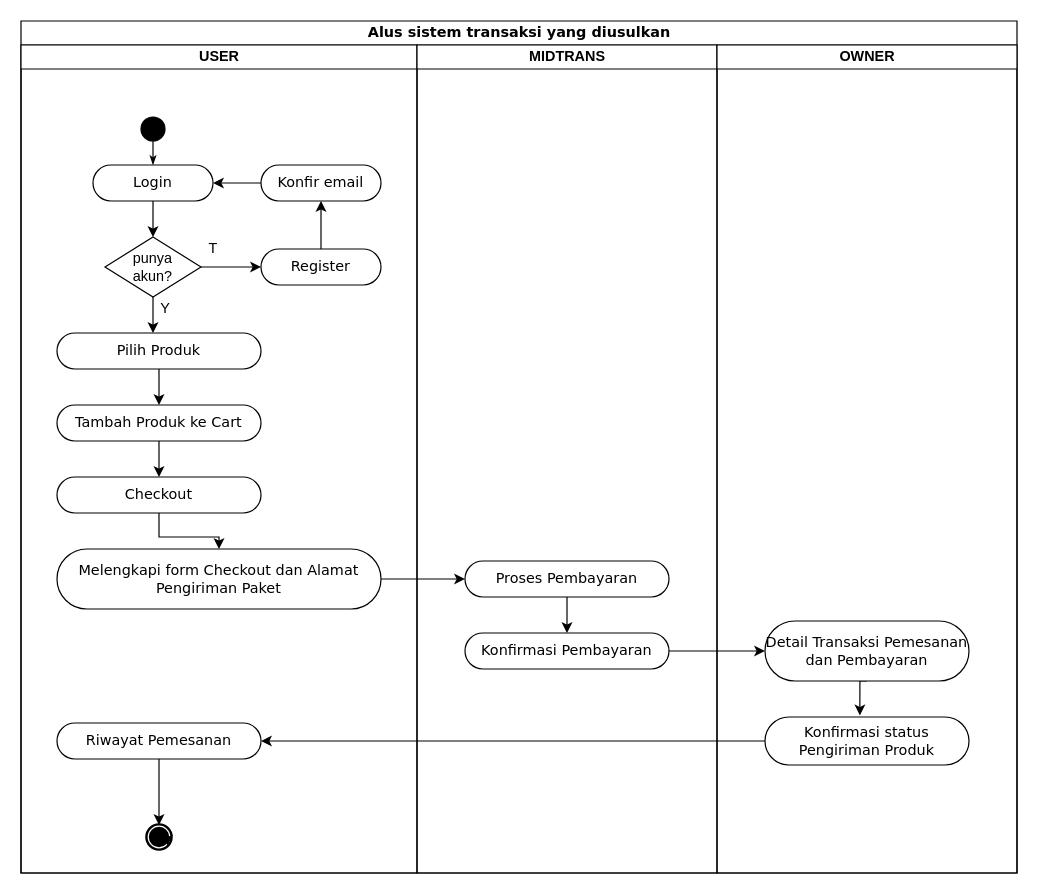
Earlier version of the draw.io diagram Untitled Diagram.drawio (kuzdev/sistem-diusulkan). Source tidied: cells renumbered, new cells numbered last; positions are measured from the earlier drawing's top-left corner, leaving out a move shared by most shapes. Both pictures are drawn from the tidied source at 120%, with x=0, y=0 at pixel (20, 20).
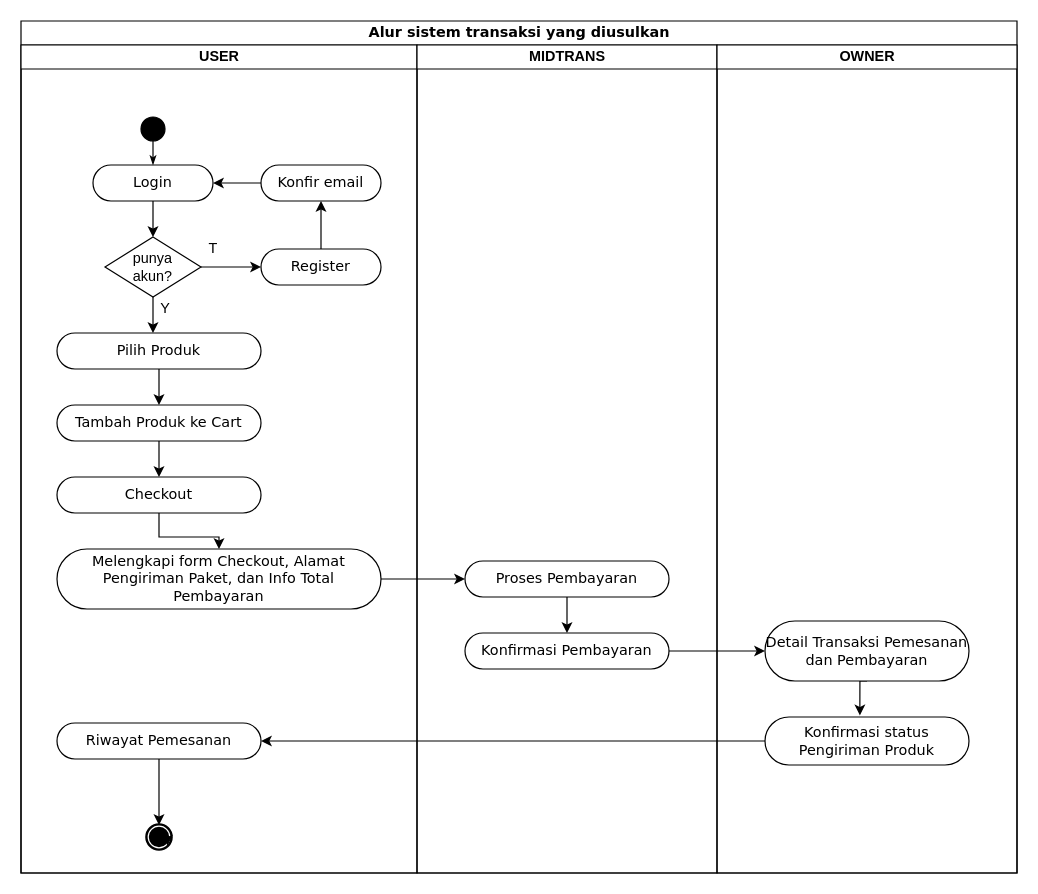
Above is the later version.

The change refers to these unchanged cells:
```xml
<mxCell id="3" value="USER" style="swimlane;html=1;startSize=20;" parent="2" vertex="1">
  <mxGeometry y="20" width="330" height="690" as="geometry" />
</mxCell>
```

Diff of the diagram source:
```diff
@@
-    <mxCell id="2" value="Alus sistem transaksi yang diusulkan" style="swimlane;html=1;startSize=20;rounded=0;shadow=0;comic=0;labelBackgroundColor=none;strokeWidth=1;fontFamily=Verdana;fontSize=12;align=center;" parent="1" vertex="1">
+    <mxCell id="2" value="Alur sistem transaksi yang diusulkan" style="swimlane;html=1;startSize=20;rounded=0;shadow=0;comic=0;labelBackgroundColor=none;strokeWidth=1;fontFamily=Verdana;fontSize=12;align=center;" parent="1" vertex="1">
       <mxGeometry width="830" height="710" as="geometry" />
     </mxCell>
@@
-    <mxCell id="17" value="Melengkapi form Checkout dan Alamat Pengiriman Paket" style="rounded=1;whiteSpace=wrap;html=1;shadow=0;comic=0;labelBackgroundColor=none;strokeWidth=1;fontFamily=Verdana;fontSize=12;align=center;arcSize=50;" parent="3" vertex="1">
+    <mxCell id="17" value="Melengkapi form Checkout, Alamat Pengiriman Paket, dan Info Total Pembayaran" style="rounded=1;whiteSpace=wrap;html=1;shadow=0;comic=0;labelBackgroundColor=none;strokeWidth=1;fontFamily=Verdana;fontSize=12;align=center;arcSize=50;" parent="3" vertex="1">
       <mxGeometry x="30" y="420" width="270" height="50" as="geometry" />
     </mxCell>
```
